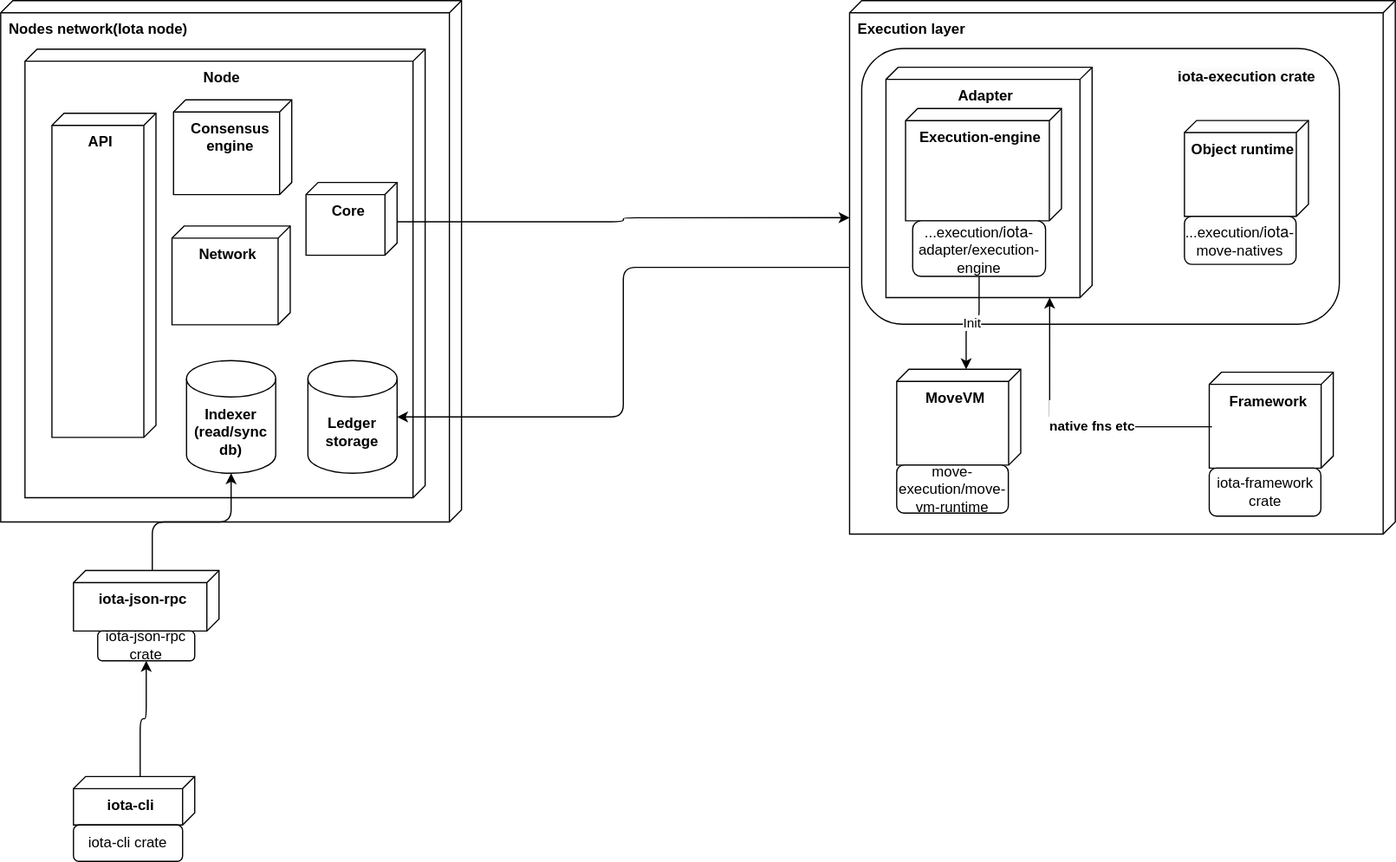
iotaledger/iota keeps this draw.io diagram as docs/site/static/img/concepts/execution-architecture/iota-architecture.svg. Above is the earlier version. Source tidied: cells renumbered, new cells last; positions are measured from the earlier drawing's top-left corner, leaving out a move shared by most shapes.
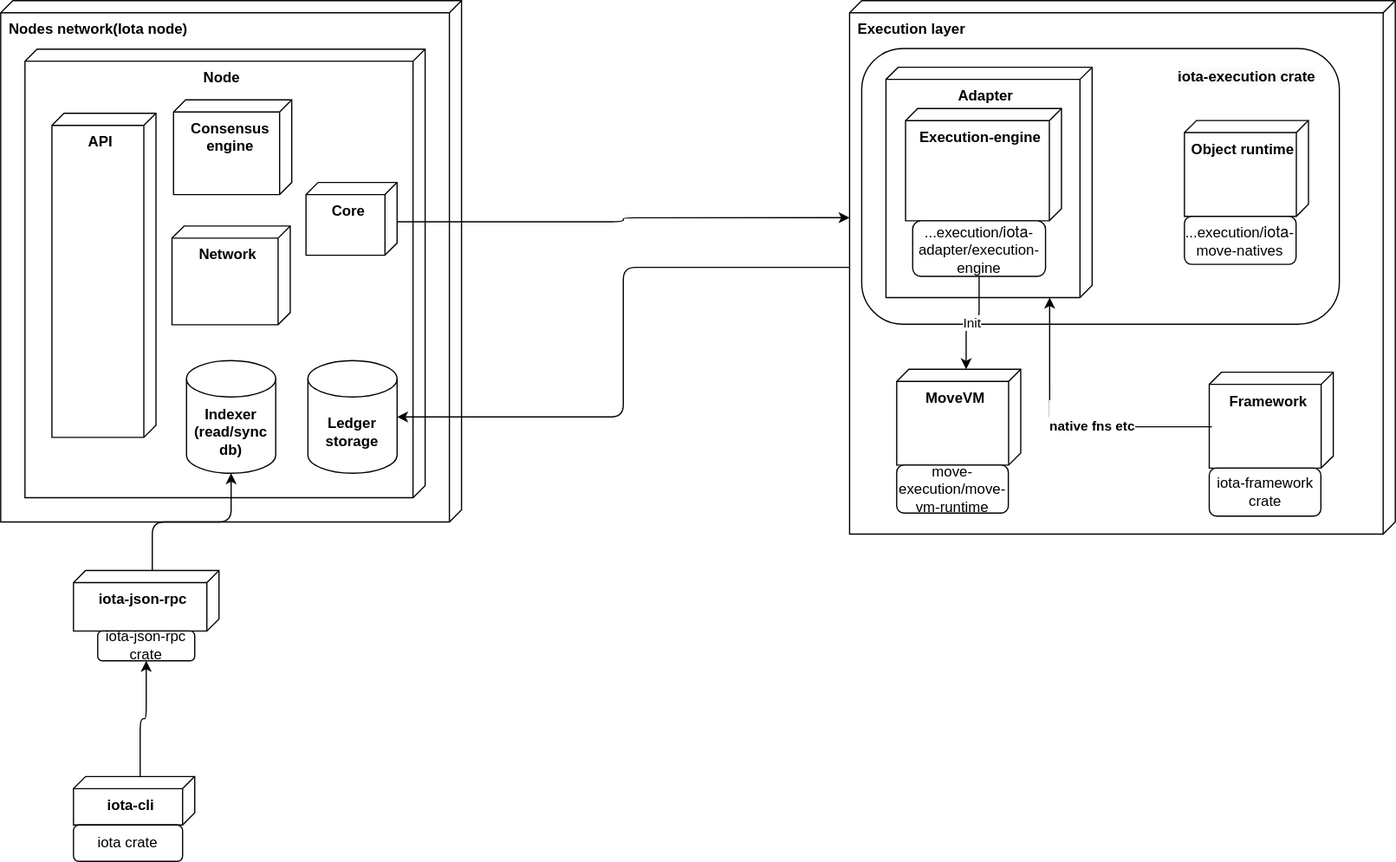
After the commit.

Commit message:
fix(docs): Fix architecture diagram

The edit, as a diff of the source:
```diff
@@ -108,7 +108,7 @@
     <mxCell id="35" value="&lt;b&gt;iota-cli&lt;/b&gt;" style="verticalAlign=top;align=center;shape=cube;size=10;direction=south;html=1;boundedLbl=1;spacingLeft=5;whiteSpace=wrap;rounded=1;" parent="34" vertex="1">
       <mxGeometry width="100" height="40" as="geometry" />
     </mxCell>
-    <mxCell id="36" value="iota-cli crate" style="rounded=1;whiteSpace=wrap;html=1;" parent="34" vertex="1">
+    <mxCell id="36" value="iota crate" style="rounded=1;whiteSpace=wrap;html=1;" parent="34" vertex="1">
       <mxGeometry y="40" width="90" height="30" as="geometry" />
     </mxCell>
     <mxCell id="37" style="edgeStyle=orthogonalEdgeStyle;rounded=1;jettySize=auto;html=1;exitX=0;exitY=0;exitDx=0;exitDy=45;exitPerimeter=0;entryX=0.5;entryY=1;entryDx=0;entryDy=0;curved=0;" parent="1" edge="1" source="35" target="33">
```
